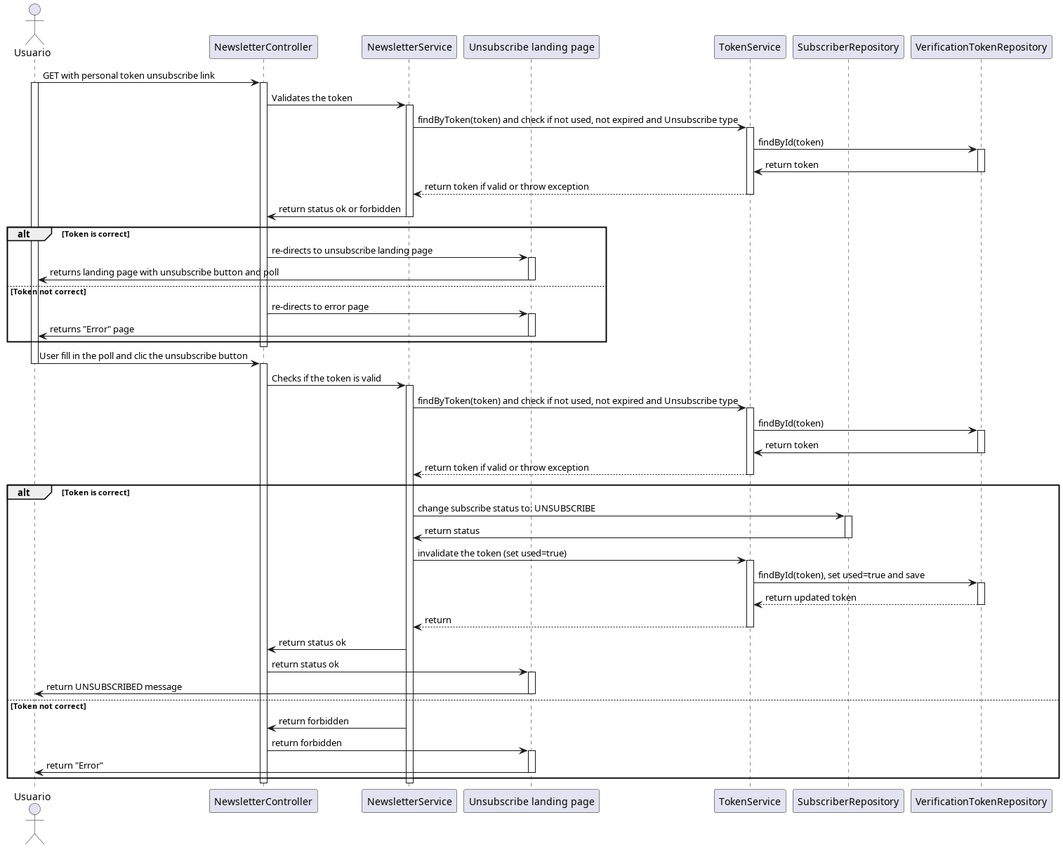
raullopezpenalva/Newsletter-Service keeps this PlantUML diagram as out/plantUML/unsubscribe_sequence_diagram/unsubscribe_sequence_diagram.png. Above is the earlier version.
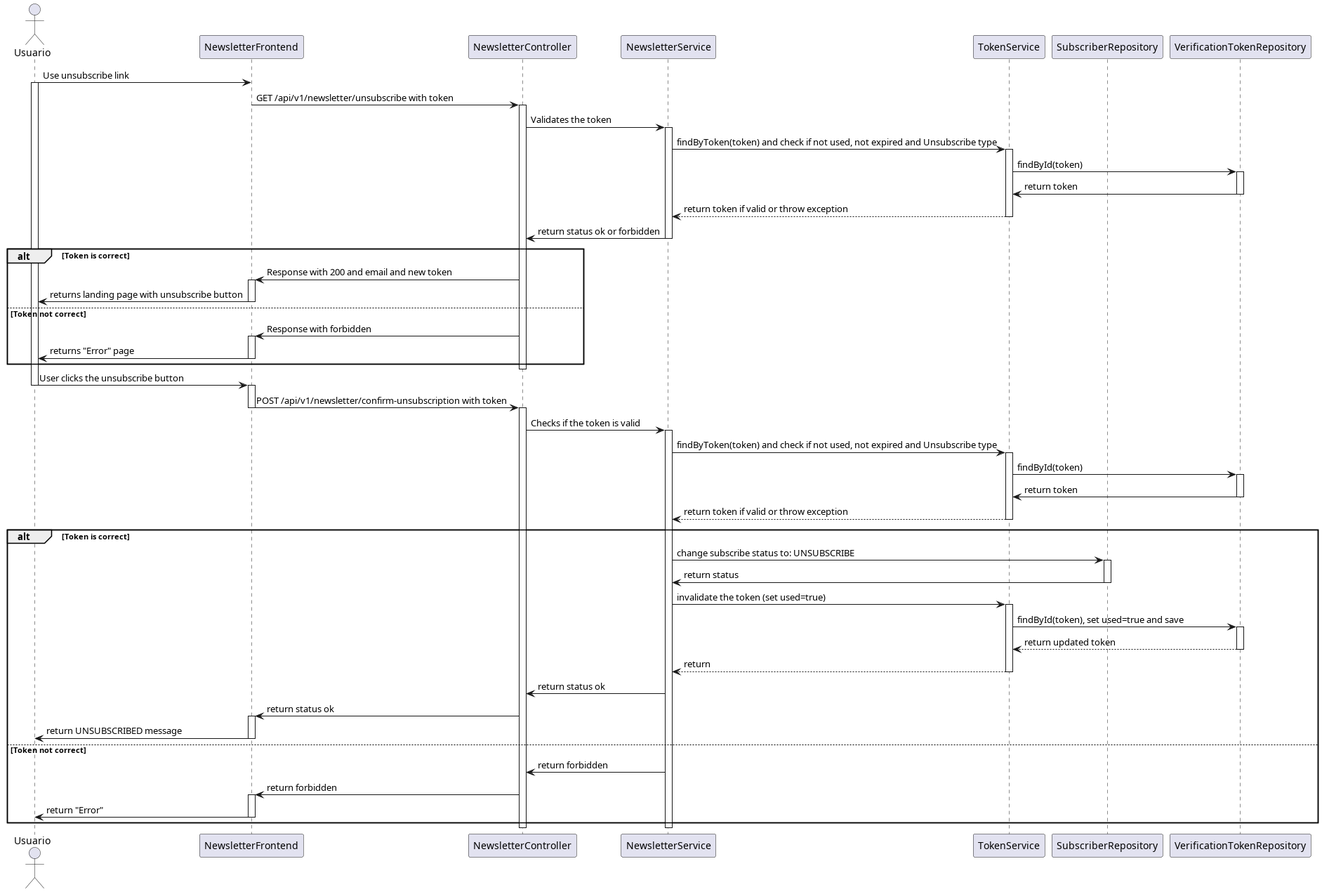
After the change.

Change to the diagram source:
```diff
@@ -1,16 +1,16 @@
 @startuml unsubscribe_sequence_diagram
 actor Usuario
 
+participant "NewsletterFrontend" as Frontend
 participant "NewsletterController" as Controller
 participant "NewsletterService" as Service
-participant "Unsubscribe landing page" as FrontendService
 participant "TokenService" as TokenService
 participant "SubscriberRepository" as Repo
 participant "VerificationTokenRepository" as TokenRepo
 
-Usuario -> Controller : GET with personal token unsubscribe link
+Usuario -> Frontend : Use unsubscribe link
 activate Usuario
-
+Frontend -> Controller : GET /api/v1/newsletter/unsubscribe with token
 activate Controller
 Controller -> Service : Validates the token
 activate Service
@@ -25,20 +25,23 @@
 Service -> Controller : return status ok or forbidden
 deactivate Service
 alt Token is correct
-  Controller -> FrontendService : re-directs to unsubscribe landing page
-  activate FrontendService
-  FrontendService -> Usuario : returns landing page with unsubscribe button and poll
-  deactivate FrontendService
+  Controller -> Frontend : Response with 200 and email and new token
+  activate Frontend
+  Frontend -> Usuario : returns landing page with unsubscribe button
+  deactivate Frontend
 else Token not correct
-  Controller -> FrontendService : re-directs to error page
-  activate FrontendService
-  FrontendService -> Usuario : returns "Error" page
-  deactivate FrontendService
+  Controller -> Frontend : Response with forbidden
+  activate Frontend
+  Frontend -> Usuario : returns "Error" page
+  deactivate Frontend
 end
 deactivate Controller
 
-Usuario -> Controller : User fill in the poll and clic the unsubscribe button
+Usuario -> Frontend : User clicks the unsubscribe button
 deactivate Usuario
+activate Frontend
+Frontend -> Controller : POST /api/v1/newsletter/confirm-unsubscription with token
+deactivate Frontend
 activate Controller
 Controller -> Service : Checks if the token is valid
 activate Service
@@ -65,16 +68,16 @@
   TokenService --> Service : return
   deactivate TokenService
   Service -> Controller : return status ok
-  Controller -> FrontendService : return status ok
-  activate FrontendService
-  FrontendService -> Usuario : return UNSUBSCRIBED message
-  deactivate FrontendService
+  Controller -> Frontend : return status ok
+  activate Frontend
+  Frontend -> Usuario : return UNSUBSCRIBED message
+  deactivate Frontend
 else Token not correct
   Service -> Controller : return forbidden
-  Controller -> FrontendService : return forbidden
-  activate FrontendService
-  FrontendService -> Usuario : return "Error"
-  deactivate FrontendService
+  Controller -> Frontend : return forbidden
+  activate Frontend
+  Frontend -> Usuario : return "Error"
+  deactivate Frontend
 end
 
 deactivate Service
```
